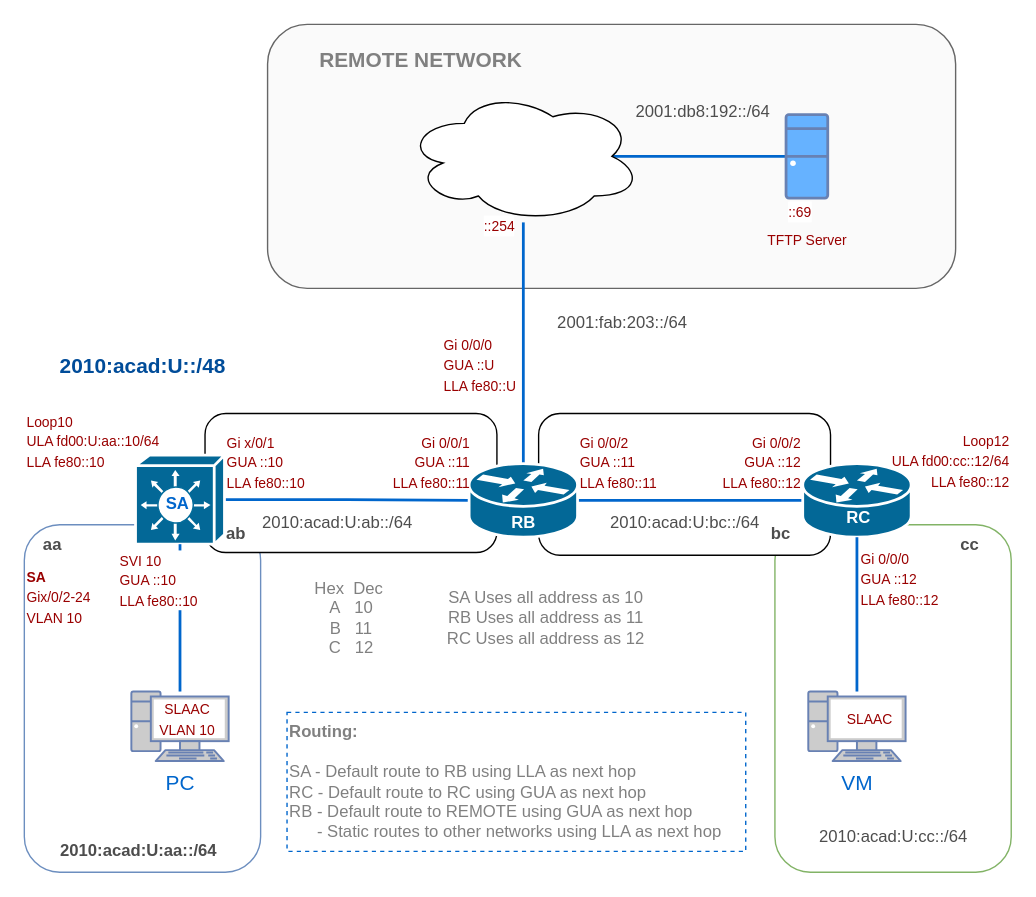
Earlier version of the draw.io diagram 25S-CST8371/02-Lab-IPv6/img/02-Lab-Topology.drawio (ayalac1111/Networking-Courses). Source tidied: cells renumbered, new cells numbered last; positions are measured from the earlier drawing's top-left corner, leaving out a move shared by most shapes. Both pictures are drawn from the tidied source at 139%, with x=0, y=0 at pixel (24, 24).
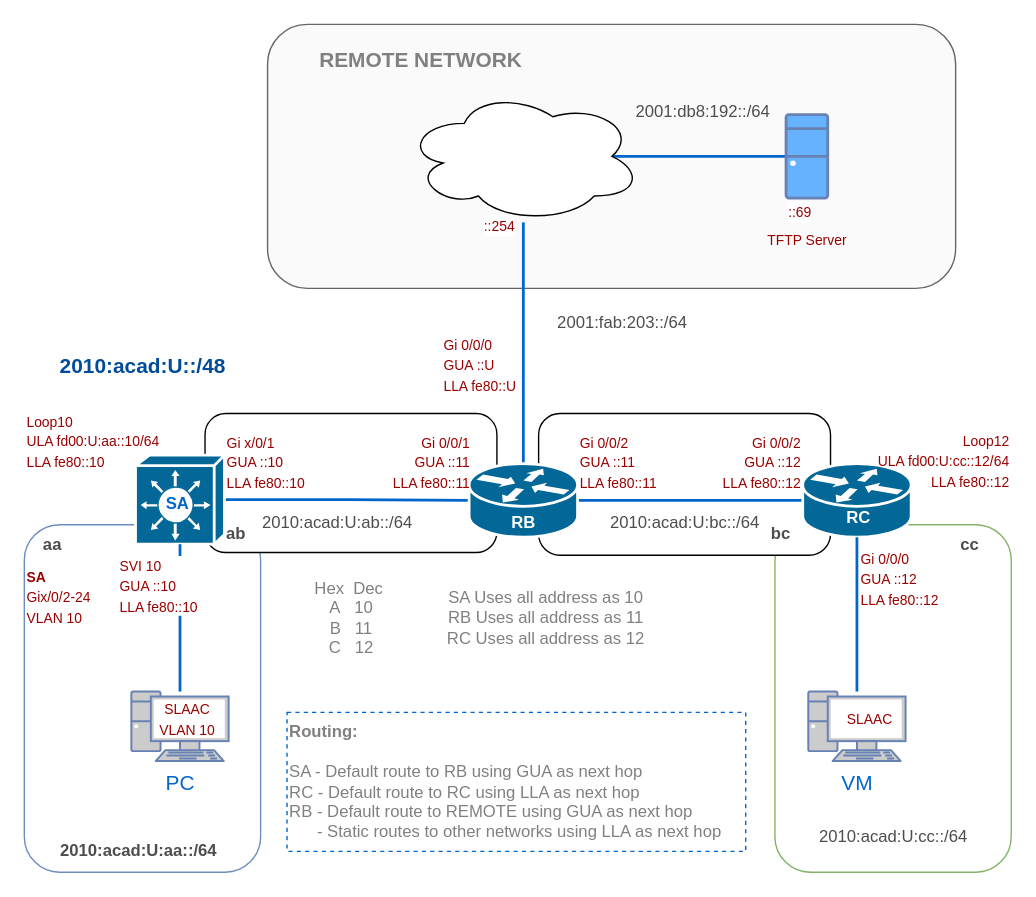
The same page after the edit.

Commit message (it also covers changes not shown here):
02-Lab: Topology diagram changed

What changed in the source:
```diff
@@
     <mxCell id="30" value="&lt;font color=&quot;#990000&quot; style=&quot;font-size: 10px;&quot;&gt;SVI 10&lt;br&gt;GUA ::10&lt;br&gt;LLA fe80::10&lt;br&gt;&lt;/font&gt;" style="text;html=1;align=left;verticalAlign=middle;fillColor=none;strokeColor=none;rounded=0;labelBackgroundColor=default;fontColor=#4D4D4D;" parent="1" vertex="1">
-      <mxGeometry x="67" y="370" width="80" height="60" as="geometry" />
+      <mxGeometry x="67" y="374" width="80" height="60" as="geometry" />
     </mxCell>
@@
-    <mxCell id="38" value="&lt;font color=&quot;#990000&quot; style=&quot;font-size: 10px;&quot;&gt;Loop12&lt;br&gt;ULA fd00:cc::12/64&lt;br&gt;LLA fe80::12&lt;br&gt;&lt;/font&gt;" style="text;html=1;align=right;verticalAlign=middle;fillColor=none;strokeColor=none;rounded=0;labelBackgroundColor=none;fontColor=#4D4D4D;" parent="1" vertex="1">
-      <mxGeometry x="600" y="284" width="110" height="60" as="geometry" />
+    <mxCell id="38" value="&lt;font color=&quot;#990000&quot; style=&quot;font-size: 10px;&quot;&gt;Loop12&lt;br&gt;ULA fd00:U:cc::12/64&lt;br&gt;LLA fe80::12&lt;br&gt;&lt;/font&gt;" style="text;html=1;align=right;verticalAlign=middle;fillColor=none;strokeColor=none;rounded=0;labelBackgroundColor=none;fontColor=#4D4D4D;" parent="1" vertex="1">
+      <mxGeometry x="590" y="284" width="120" height="60" as="geometry" />
     </mxCell>
@@
-    <mxCell id="52" value="&lt;b&gt;Routing:&lt;br&gt;&lt;br style=&quot;font-size: 12px;&quot;&gt;&lt;/b&gt;SA - Default route to RB using LLA as next hop&lt;br style=&quot;font-size: 12px;&quot;&gt;RC - Default route to RC using GUA as next hop&lt;br style=&quot;font-size: 12px;&quot;&gt;RB - Default route to REMOTE using GUA as next hop&lt;br style=&quot;font-size: 12px;&quot;&gt;&amp;nbsp; &amp;nbsp; &amp;nbsp; - Static routes to other networks using LLA as next hop" style="text;html=1;align=left;verticalAlign=middle;strokeColor=#0066CC;fillColor=none;fontSize=12;fontColor=#808080;dashed=1;" parent="1" vertex="1">
+    <mxCell id="52" value="&lt;b&gt;Routing:&lt;br&gt;&lt;br style=&quot;font-size: 12px;&quot;&gt;&lt;/b&gt;SA - Default route to RB using GUA as next hop&lt;br style=&quot;font-size: 12px;&quot;&gt;RC - Default route to RC using LLA as next hop&lt;br style=&quot;font-size: 12px;&quot;&gt;RB - Default route to REMOTE using GUA as next hop&lt;br style=&quot;font-size: 12px;&quot;&gt;&amp;nbsp; &amp;nbsp; &amp;nbsp; - Static routes to other networks using LLA as next hop" style="text;html=1;align=left;verticalAlign=middle;strokeColor=#0066CC;fillColor=none;fontSize=12;fontColor=#808080;dashed=1;" parent="1" vertex="1">
       <mxGeometry x="189" y="495" width="330" height="100" as="geometry" />
     </mxCell>
```
